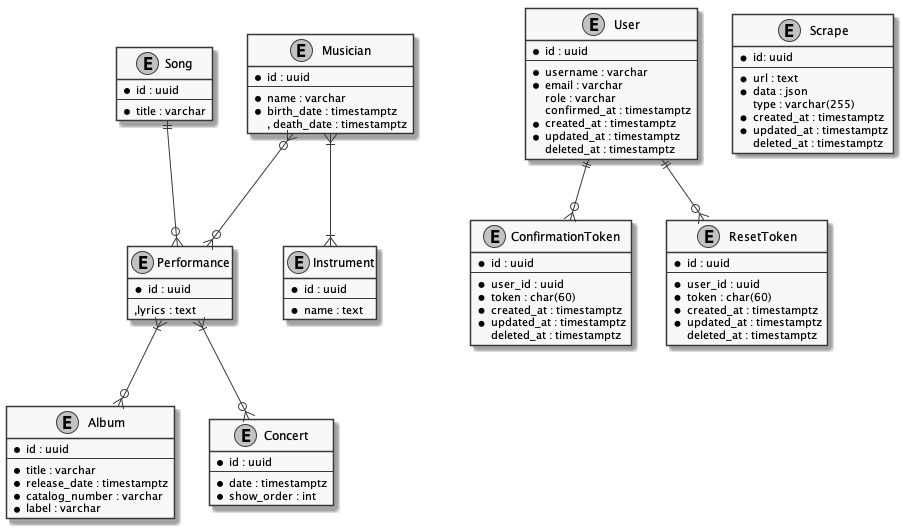
Before: images/models.png, a diagram exported from PlantUML (zappa-base/zappa-base).
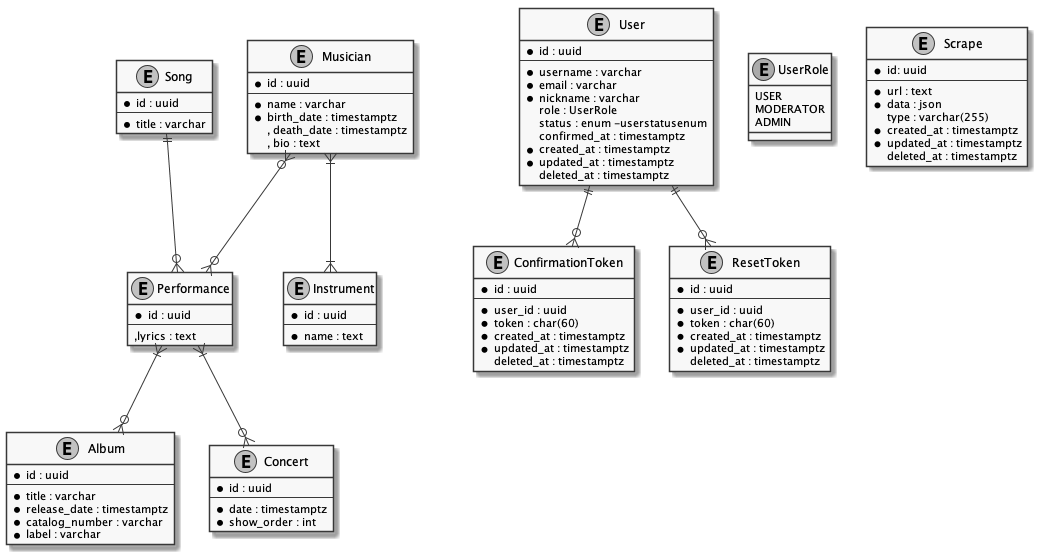
After the change.

Commit message:
remove unused libs update models

What changed in the source:
```diff
@@ -35,6 +35,7 @@
   * name : varchar
   * birth_date : timestamptz
   , death_date : timestamptz
+  , bio : text
 }
 
 entity Song {
@@ -48,11 +49,19 @@
   --
   * username : varchar
   * email : varchar
-  role : varchar
+  * nickname : varchar
+  role : UserRole
+  status : enum -userstatusenum
   confirmed_at : timestamptz
   * created_at : timestamptz
   * updated_at : timestamptz
   deleted_at : timestamptz
+}
+
+enum UserRole {
+  USER
+  MODERATOR
+  ADMIN
 }
 
 entity ConfirmationToken {
```
